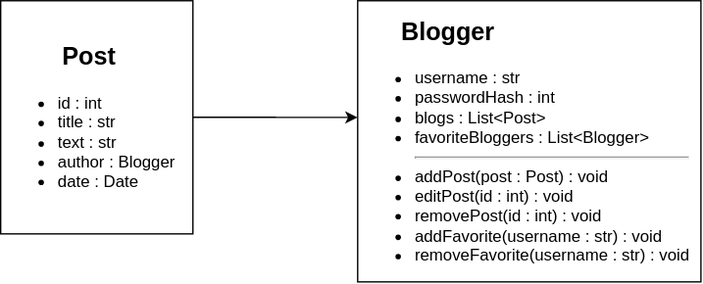
Before: docs/BlogProject_ClassDiagram.svg, a diagram exported from draw.io (neutralsecond/blog). Source tidied: cells renumbered, new cells last; positions are measured from the earlier drawing's top-left corner, leaving out a move shared by most shapes. Its diagram source:
```xml
<mxGraphModel>
  <root>
    <mxCell id="0" />
    <mxCell id="1" parent="0" />
    <mxCell id="2" style="edgeStyle=orthogonalEdgeStyle;rounded=0;jettySize=auto;html=1;entryX=0;entryY=0.415;entryDx=0;entryDy=0;entryPerimeter=0;" parent="1" edge="1" source="3" target="4">
      <mxGeometry relative="1" as="geometry" />
    </mxCell>
    <mxCell id="3" value="&lt;h2 style=&quot;text-align: center&quot;&gt;Post&lt;/h2&gt;&lt;h2&gt;&lt;p style=&quot;font-size: 12px ; font-weight: 400&quot;&gt;&lt;/p&gt;&lt;ul style=&quot;font-size: 12px ; font-weight: 400&quot;&gt;&lt;li&gt;id : int&lt;/li&gt;&lt;li&gt;title : str&lt;/li&gt;&lt;li&gt;text : str&lt;/li&gt;&lt;li&gt;author : Blogger&lt;/li&gt;&lt;li&gt;date : Date&lt;/li&gt;&lt;/ul&gt;&lt;/h2&gt;" style="rounded=0;whiteSpace=wrap;html=1;align=left;" parent="1" vertex="1">
      <mxGeometry width="140" height="170" as="geometry" />
    </mxCell>
    <mxCell id="4" value="&lt;h2&gt;&amp;nbsp; &amp;nbsp; &amp;nbsp; Blogger&lt;/h2&gt;&lt;h2&gt;&lt;p style=&quot;font-size: 12px ; font-weight: 400&quot;&gt;&lt;/p&gt;&lt;ul style=&quot;font-size: 12px ; font-weight: 400&quot;&gt;&lt;li&gt;username : str&lt;/li&gt;&lt;li&gt;passwordHash : int&lt;/li&gt;&lt;li&gt;blogs : List&amp;lt;Post&amp;gt;&lt;/li&gt;&lt;li&gt;favoriteBloggers : List&amp;lt;Blogger&amp;gt;&amp;nbsp;&lt;hr&gt;&lt;/li&gt;&lt;li&gt;addPost(post : Post) : void&lt;/li&gt;&lt;li&gt;editPost(id : int) : void&lt;/li&gt;&lt;li&gt;removePost(id : int) : void&lt;/li&gt;&lt;li&gt;addFavorite(username : str) : void&lt;/li&gt;&lt;li&gt;removeFavorite(username : str) : void&lt;/li&gt;&lt;/ul&gt;&lt;/h2&gt;" style="rounded=0;whiteSpace=wrap;html=1;align=left;" parent="1" vertex="1">
      <mxGeometry x="260" width="250" height="205" as="geometry" />
    </mxCell>
  </root>
</mxGraphModel>
```
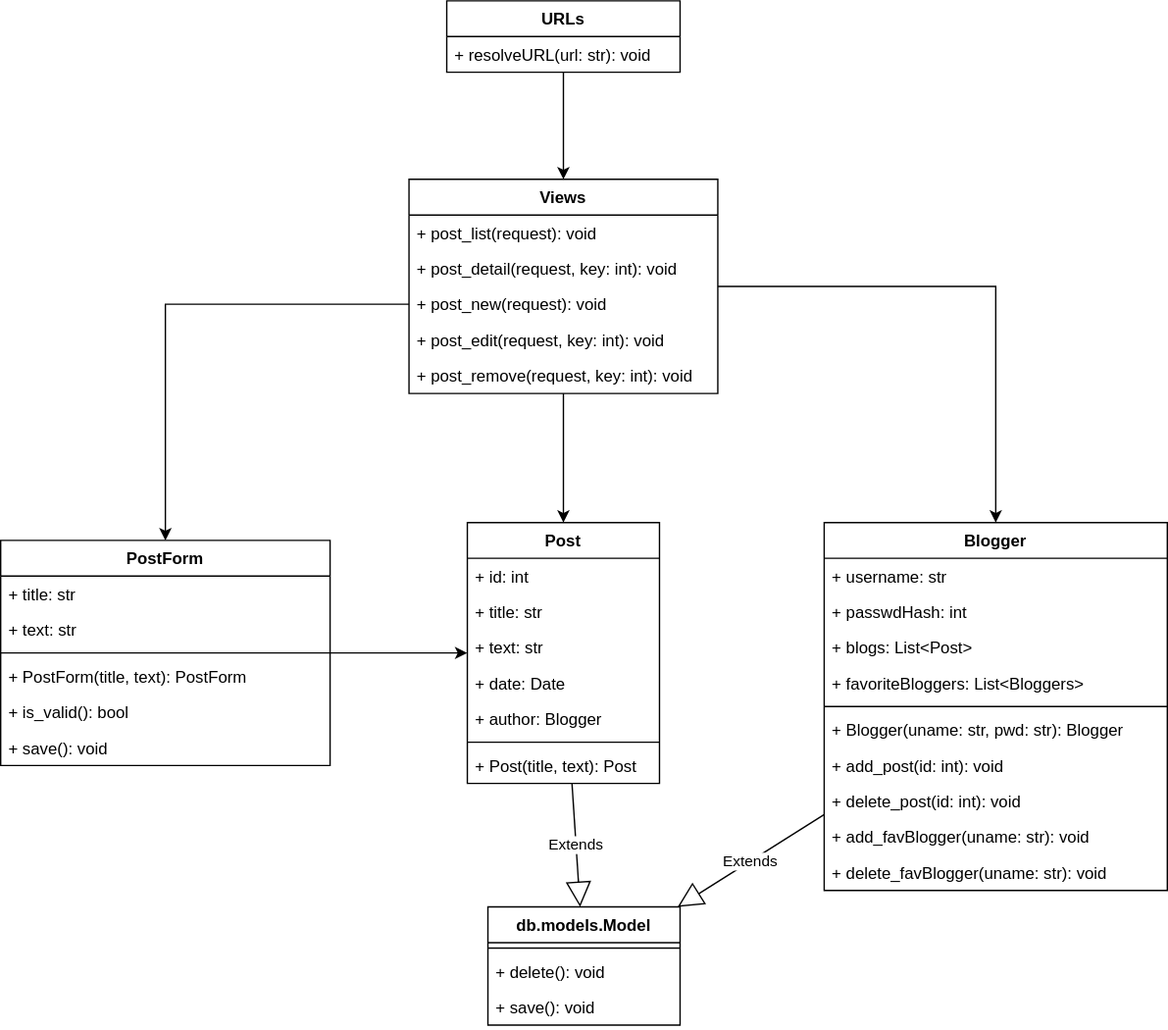
The same file after the commit.

Commit message:
class diagram updated

What changed in the source:
```diff
@@ -2,14 +2,140 @@
   <root>
     <mxCell id="0" />
     <mxCell id="1" parent="0" />
-    <mxCell id="2" style="edgeStyle=orthogonalEdgeStyle;rounded=0;jettySize=auto;html=1;entryX=0;entryY=0.415;entryDx=0;entryDy=0;entryPerimeter=0;" parent="1" edge="1" source="3" target="4">
-      <mxGeometry relative="1" as="geometry" />
-    </mxCell>
-    <mxCell id="3" value="&lt;h2 style=&quot;text-align: center&quot;&gt;Post&lt;/h2&gt;&lt;h2&gt;&lt;p style=&quot;font-size: 12px ; font-weight: 400&quot;&gt;&lt;/p&gt;&lt;ul style=&quot;font-size: 12px ; font-weight: 400&quot;&gt;&lt;li&gt;id : int&lt;/li&gt;&lt;li&gt;title : str&lt;/li&gt;&lt;li&gt;text : str&lt;/li&gt;&lt;li&gt;author : Blogger&lt;/li&gt;&lt;li&gt;date : Date&lt;/li&gt;&lt;/ul&gt;&lt;/h2&gt;" style="rounded=0;whiteSpace=wrap;html=1;align=left;" parent="1" vertex="1">
-      <mxGeometry width="140" height="170" as="geometry" />
-    </mxCell>
-    <mxCell id="4" value="&lt;h2&gt;&amp;nbsp; &amp;nbsp; &amp;nbsp; Blogger&lt;/h2&gt;&lt;h2&gt;&lt;p style=&quot;font-size: 12px ; font-weight: 400&quot;&gt;&lt;/p&gt;&lt;ul style=&quot;font-size: 12px ; font-weight: 400&quot;&gt;&lt;li&gt;username : str&lt;/li&gt;&lt;li&gt;passwordHash : int&lt;/li&gt;&lt;li&gt;blogs : List&amp;lt;Post&amp;gt;&lt;/li&gt;&lt;li&gt;favoriteBloggers : List&amp;lt;Blogger&amp;gt;&amp;nbsp;&lt;hr&gt;&lt;/li&gt;&lt;li&gt;addPost(post : Post) : void&lt;/li&gt;&lt;li&gt;editPost(id : int) : void&lt;/li&gt;&lt;li&gt;removePost(id : int) : void&lt;/li&gt;&lt;li&gt;addFavorite(username : str) : void&lt;/li&gt;&lt;li&gt;removeFavorite(username : str) : void&lt;/li&gt;&lt;/ul&gt;&lt;/h2&gt;" style="rounded=0;whiteSpace=wrap;html=1;align=left;" parent="1" vertex="1">
-      <mxGeometry x="260" width="250" height="205" as="geometry" />
-    </mxCell>
+    <mxCell id="5" style="edgeStyle=orthogonalEdgeStyle;rounded=0;jettySize=auto;html=1;" parent="1" edge="1" source="29" target="23">
+      <mxGeometry relative="1" as="geometry" />
+    </mxCell>
+    <mxCell id="6" style="edgeStyle=orthogonalEdgeStyle;rounded=0;jettySize=auto;html=1;" parent="1" edge="1" source="26" target="43">
+      <mxGeometry relative="1" as="geometry" />
+    </mxCell>
+    <mxCell id="7" style="edgeStyle=orthogonalEdgeStyle;rounded=0;jettySize=auto;html=1;" parent="1" edge="1" source="23" target="35">
+      <mxGeometry relative="1" as="geometry" />
+    </mxCell>
+    <mxCell id="8" style="edgeStyle=orthogonalEdgeStyle;rounded=0;jettySize=auto;html=1;" parent="1" edge="1" source="23" target="9">
+      <mxGeometry relative="1" as="geometry" />
+    </mxCell>
+    <mxCell id="9" value="Blogger" style="swimlane;fontStyle=1;align=center;verticalAlign=top;horizontal=1;startSize=26;" parent="1" vertex="1">
+      <mxGeometry x="550" y="460" width="250" height="268" as="geometry" />
+    </mxCell>
+    <mxCell id="10" value="+ username: str" style="text;strokeColor=none;fillColor=none;align=left;verticalAlign=top;spacingLeft=4;spacingRight=4;overflow=hidden;" parent="9" vertex="1">
+      <mxGeometry y="26" width="250" height="26" as="geometry" />
+    </mxCell>
+    <mxCell id="11" value="+ passwdHash: int" style="text;strokeColor=none;fillColor=none;align=left;verticalAlign=top;spacingLeft=4;spacingRight=4;overflow=hidden;" parent="9" vertex="1">
+      <mxGeometry y="52" width="250" height="26" as="geometry" />
+    </mxCell>
+    <mxCell id="12" value="+ blogs: List&lt;Post&gt;" style="text;strokeColor=none;fillColor=none;align=left;verticalAlign=top;spacingLeft=4;spacingRight=4;overflow=hidden;" parent="9" vertex="1">
+      <mxGeometry y="78" width="250" height="26" as="geometry" />
+    </mxCell>
+    <mxCell id="13" value="+ favoriteBloggers: List&lt;Bloggers&gt;" style="text;strokeColor=none;fillColor=none;align=left;verticalAlign=top;spacingLeft=4;spacingRight=4;overflow=hidden;" parent="9" vertex="1">
+      <mxGeometry y="104" width="250" height="26" as="geometry" />
+    </mxCell>
+    <mxCell id="14" style="line;strokeWidth=1;fillColor=none;align=left;verticalAlign=middle;spacingTop=-1;spacingLeft=3;spacingRight=3;labelPosition=right;" parent="9" vertex="1">
+      <mxGeometry y="130" width="250" height="8" as="geometry" />
+    </mxCell>
+    <mxCell id="15" value="+ Blogger(uname: str, pwd: str): Blogger" style="text;strokeColor=none;fillColor=none;align=left;verticalAlign=top;spacingLeft=4;spacingRight=4;overflow=hidden;" parent="9" vertex="1">
+      <mxGeometry y="138" width="250" height="26" as="geometry" />
+    </mxCell>
+    <mxCell id="16" value="+ add_post(id: int): void" style="text;strokeColor=none;fillColor=none;align=left;verticalAlign=top;spacingLeft=4;spacingRight=4;overflow=hidden;" parent="9" vertex="1">
+      <mxGeometry y="164" width="250" height="26" as="geometry" />
+    </mxCell>
+    <mxCell id="17" value="+ delete_post(id: int): void" style="text;strokeColor=none;fillColor=none;align=left;verticalAlign=top;spacingLeft=4;spacingRight=4;overflow=hidden;" parent="9" vertex="1">
+      <mxGeometry y="190" width="250" height="26" as="geometry" />
+    </mxCell>
+    <mxCell id="18" value="+ add_favBlogger(uname: str): void" style="text;strokeColor=none;fillColor=none;align=left;verticalAlign=top;spacingLeft=4;spacingRight=4;overflow=hidden;" parent="9" vertex="1">
+      <mxGeometry y="216" width="250" height="26" as="geometry" />
+    </mxCell>
+    <mxCell id="19" value="+ delete_favBlogger(uname: str): void" style="text;strokeColor=none;fillColor=none;align=left;verticalAlign=top;spacingLeft=4;spacingRight=4;overflow=hidden;" parent="9" vertex="1">
+      <mxGeometry y="242" width="250" height="26" as="geometry" />
+    </mxCell>
+    <mxCell id="20" style="edgeStyle=orthogonalEdgeStyle;rounded=0;jettySize=auto;html=1;" parent="1" edge="1" source="43" target="35">
+      <mxGeometry relative="1" as="geometry" />
+    </mxCell>
+    <mxCell id="21" value="Extends" style="endArrow=block;endSize=16;endFill=0;html=1;" parent="1" edge="1" source="35" target="31">
+      <mxGeometry relative="1" as="geometry" />
+    </mxCell>
+    <mxCell id="22" value="Extends" style="endArrow=block;endSize=16;endFill=0;html=1;" parent="1" edge="1" source="9" target="31">
+      <mxGeometry relative="1" as="geometry" />
+    </mxCell>
+    <mxCell id="23" value="Views" style="swimlane;fontStyle=1;horizontal=1;startSize=26;fillColor=none;flipH=1;" parent="1" vertex="1">
+      <mxGeometry x="247.5" y="210" width="225" height="156" as="geometry" />
+    </mxCell>
+    <mxCell id="24" value="+ post_list(request): void" style="text;strokeColor=none;fillColor=none;align=left;verticalAlign=top;spacingLeft=4;spacingRight=4;overflow=hidden;" parent="23" vertex="1">
+      <mxGeometry y="26" width="225" height="26" as="geometry" />
+    </mxCell>
+    <mxCell id="25" value="+ post_detail(request, key: int): void&#10;" style="text;strokeColor=none;fillColor=none;align=left;verticalAlign=top;spacingLeft=4;spacingRight=4;overflow=hidden;" parent="23" vertex="1">
+      <mxGeometry y="52" width="225" height="26" as="geometry" />
+    </mxCell>
+    <mxCell id="26" value="+ post_new(request): void" style="text;strokeColor=none;fillColor=none;align=left;verticalAlign=top;spacingLeft=4;spacingRight=4;overflow=hidden;points=[[0,0.5],[1,0.5]];portConstraint=eastwest;" parent="23" vertex="1">
+      <mxGeometry y="78" width="225" height="26" as="geometry" />
+    </mxCell>
+    <mxCell id="27" value="+ post_edit(request, key: int): void" style="text;strokeColor=none;fillColor=none;align=left;verticalAlign=top;spacingLeft=4;spacingRight=4;overflow=hidden;" parent="23" vertex="1">
+      <mxGeometry y="104" width="225" height="26" as="geometry" />
+    </mxCell>
+    <mxCell id="28" value="+ post_remove(request, key: int): void" style="text;strokeColor=none;fillColor=none;align=left;verticalAlign=top;spacingLeft=4;spacingRight=4;overflow=hidden;" parent="23" vertex="1">
+      <mxGeometry y="130" width="225" height="26" as="geometry" />
+    </mxCell>
+    <mxCell id="29" value="URLs" style="swimlane;fontStyle=1;horizontal=1;startSize=26;fillColor=none;" parent="1" vertex="1">
+      <mxGeometry x="275" y="80" width="170" height="52" as="geometry" />
+    </mxCell>
+    <mxCell id="30" value="+ resolveURL(url: str): void" style="text;strokeColor=none;fillColor=none;align=left;verticalAlign=top;spacingLeft=4;spacingRight=4;overflow=hidden;" parent="29" vertex="1">
+      <mxGeometry y="26" width="170" height="26" as="geometry" />
+    </mxCell>
+    <mxCell id="31" value="db.models.Model" style="swimlane;fontStyle=1;horizontal=1;startSize=26;fillColor=none;" parent="1" vertex="1">
+      <mxGeometry x="305" y="740" width="140" height="86" as="geometry" />
+    </mxCell>
+    <mxCell id="32" style="line;strokeWidth=1;fillColor=none;align=left;verticalAlign=middle;spacingTop=-1;spacingLeft=3;spacingRight=3;labelPosition=right;" parent="31" vertex="1">
+      <mxGeometry y="26" width="140" height="8" as="geometry" />
+    </mxCell>
+    <mxCell id="33" value="+ delete(): void" style="text;strokeColor=none;fillColor=none;align=left;verticalAlign=top;spacingLeft=4;spacingRight=4;overflow=hidden;" parent="31" vertex="1">
+      <mxGeometry y="34" width="140" height="26" as="geometry" />
+    </mxCell>
+    <mxCell id="34" value="+ save(): void" style="text;strokeColor=none;fillColor=none;align=left;verticalAlign=top;spacingLeft=4;spacingRight=4;overflow=hidden;" parent="31" vertex="1">
+      <mxGeometry y="60" width="140" height="26" as="geometry" />
+    </mxCell>
+    <mxCell id="35" value="Post" style="swimlane;fontStyle=1;horizontal=1;startSize=26;fillColor=none;" parent="1" vertex="1">
+      <mxGeometry x="290" y="460" width="140" height="190" as="geometry" />
+    </mxCell>
+    <mxCell id="36" value="+ id: int" style="text;strokeColor=none;fillColor=none;align=left;verticalAlign=top;spacingLeft=4;spacingRight=4;overflow=hidden;" parent="35" vertex="1">
+      <mxGeometry y="26" width="140" height="26" as="geometry" />
+    </mxCell>
+    <mxCell id="37" value="+ title: str&#10;" style="text;strokeColor=none;fillColor=none;align=left;verticalAlign=top;spacingLeft=4;spacingRight=4;overflow=hidden;" parent="35" vertex="1">
+      <mxGeometry y="52" width="140" height="26" as="geometry" />
+    </mxCell>
+    <mxCell id="38" value="+ text: str" style="text;strokeColor=none;fillColor=none;align=left;verticalAlign=top;spacingLeft=4;spacingRight=4;overflow=hidden;" parent="35" vertex="1">
+      <mxGeometry y="78" width="140" height="26" as="geometry" />
+    </mxCell>
+    <mxCell id="39" value="+ date: Date" style="text;strokeColor=none;fillColor=none;align=left;verticalAlign=top;spacingLeft=4;spacingRight=4;overflow=hidden;" parent="35" vertex="1">
+      <mxGeometry y="104" width="140" height="26" as="geometry" />
+    </mxCell>
+    <mxCell id="40" value="+ author: Blogger" style="text;strokeColor=none;fillColor=none;align=left;verticalAlign=top;spacingLeft=4;spacingRight=4;overflow=hidden;" parent="35" vertex="1">
+      <mxGeometry y="130" width="140" height="26" as="geometry" />
+    </mxCell>
+    <mxCell id="41" style="line;strokeWidth=1;fillColor=none;align=left;verticalAlign=middle;spacingTop=-1;spacingLeft=3;spacingRight=3;labelPosition=right;" parent="35" vertex="1">
+      <mxGeometry y="156" width="140" height="8" as="geometry" />
+    </mxCell>
+    <mxCell id="42" value="+ Post(title, text): Post" style="text;strokeColor=none;fillColor=none;align=left;verticalAlign=top;spacingLeft=4;spacingRight=4;overflow=hidden;" parent="35" vertex="1">
+      <mxGeometry y="164" width="140" height="26" as="geometry" />
+    </mxCell>
+    <mxCell id="43" value="PostForm" style="swimlane;fontStyle=1;horizontal=1;startSize=26;fillColor=none;" parent="1" vertex="1">
+      <mxGeometry x="-50" y="473" width="240" height="164" as="geometry" />
+    </mxCell>
+    <mxCell id="44" value="+ title: str&#10;" style="text;strokeColor=none;fillColor=none;align=left;verticalAlign=top;spacingLeft=4;spacingRight=4;overflow=hidden;" parent="43" vertex="1">
+      <mxGeometry y="26" width="240" height="26" as="geometry" />
+    </mxCell>
+    <mxCell id="45" value="+ text: str" style="text;strokeColor=none;fillColor=none;align=left;verticalAlign=top;spacingLeft=4;spacingRight=4;overflow=hidden;" parent="43" vertex="1">
+      <mxGeometry y="52" width="240" height="26" as="geometry" />
+    </mxCell>
+    <mxCell id="46" style="line;strokeWidth=1;fillColor=none;align=left;verticalAlign=middle;spacingTop=-1;spacingLeft=3;spacingRight=3;labelPosition=right;" parent="43" vertex="1">
+      <mxGeometry y="78" width="240" height="8" as="geometry" />
+    </mxCell>
+    <mxCell id="47" value="+ PostForm(title, text): PostForm" style="text;strokeColor=none;fillColor=none;align=left;verticalAlign=top;spacingLeft=4;spacingRight=4;overflow=hidden;" parent="43" vertex="1">
+      <mxGeometry y="86" width="240" height="26" as="geometry" />
+    </mxCell>
+    <mxCell id="48" value="+ is_valid(): bool" style="text;strokeColor=none;fillColor=none;align=left;verticalAlign=top;spacingLeft=4;spacingRight=4;overflow=hidden;" parent="43" vertex="1">
+      <mxGeometry y="112" width="240" height="26" as="geometry" />
+    </mxCell>
+    <mxCell id="49" value="+ save(): void" style="text;strokeColor=none;fillColor=none;align=left;verticalAlign=top;spacingLeft=4;spacingRight=4;overflow=hidden;" parent="43" vertex="1">
+      <mxGeometry y="138" width="240" height="26" as="geometry" />
+    </mxCell>
   </root>
 </mxGraphModel>
```
